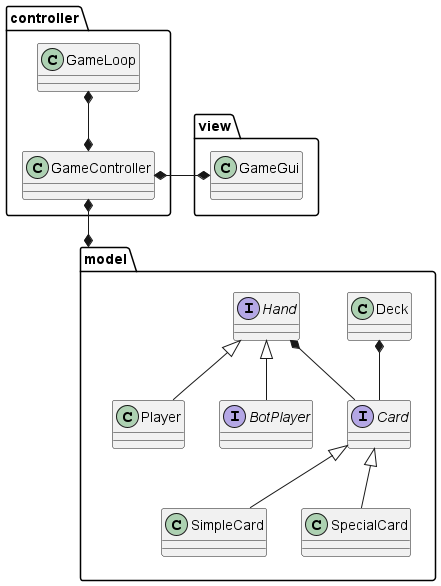
Before: docs/uml/design_high_level.png, a diagram exported from PlantUML (CrazyPingu/PPS-23-Uno).
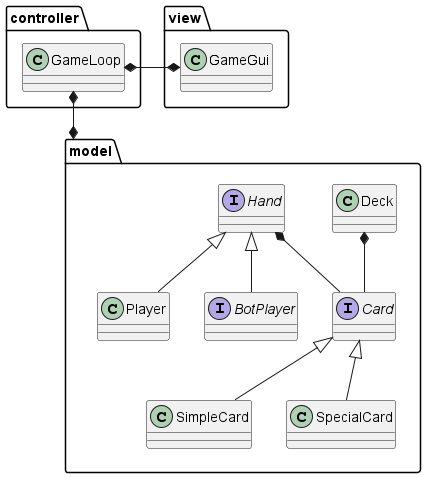
After the change.

Commit message:
Exported highlevel design uml

The edit, as a diff of the source:
```diff
@@ -19,8 +19,6 @@
 
 package controller {
     class GameLoop
-
-    class GameController
 }
 
 package view {
@@ -30,12 +28,11 @@
 model.Deck *-- model.Card
 model.Hand *-- model.Card
 
-controller.GameLoop *--* controller.GameController
 
-view.GameGui *-left-* controller.GameController
+view.GameGui *-left-* controller.GameLoop
 
 
-model *-u-* controller.GameController
+model *-u-* controller.GameLoop
 
 
 @enduml
```
